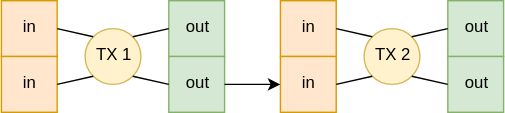
This is ZeroPool5.svg from snjax/drawio, a draw.io export, as it was before one commit. Source tidied: cells renumbered, new cells last; positions are measured from the earlier drawing's top-left corner, leaving out a move shared by most shapes. The source it was exported from:
```xml
<mxGraphModel>
  <root>
    <mxCell id="0" />
    <mxCell id="1" parent="0" />
    <mxCell id="2" value="in" style="rounded=0;whiteSpace=wrap;html=1;fillColor=#ffe6cc;strokeColor=#d79b00;" parent="1" vertex="1">
      <mxGeometry width="40" height="40" as="geometry" />
    </mxCell>
    <mxCell id="3" value="in" style="rounded=0;whiteSpace=wrap;html=1;fillColor=#ffe6cc;strokeColor=#d79b00;" parent="1" vertex="1">
      <mxGeometry y="40" width="40" height="40" as="geometry" />
    </mxCell>
    <mxCell id="4" value="out" style="rounded=0;whiteSpace=wrap;html=1;fillColor=#d5e8d4;strokeColor=#82b366;" parent="1" vertex="1">
      <mxGeometry x="120" width="40" height="40" as="geometry" />
    </mxCell>
    <mxCell id="5" value="out" style="rounded=0;whiteSpace=wrap;html=1;fillColor=#d5e8d4;strokeColor=#82b366;" parent="1" vertex="1">
      <mxGeometry x="120" y="40" width="40" height="40" as="geometry" />
    </mxCell>
    <mxCell id="6" value="TX 1" style="ellipse;whiteSpace=wrap;html=1;fillColor=#fff2cc;strokeColor=#d6b656;" parent="1" vertex="1">
      <mxGeometry x="60" y="20" width="40" height="40" as="geometry" />
    </mxCell>
    <mxCell id="7" style="endArrow=none;html=1;exitX=1;exitY=0.5;exitDx=0;exitDy=0;entryX=0;entryY=0;entryDx=0;entryDy=0;" parent="1" edge="1" source="2" target="6">
      <mxGeometry relative="1" as="geometry" />
    </mxCell>
    <mxCell id="8" style="endArrow=none;html=1;exitX=1;exitY=0.5;exitDx=0;exitDy=0;entryX=0;entryY=1;entryDx=0;entryDy=0;" parent="1" edge="1" source="3" target="6">
      <mxGeometry relative="1" as="geometry" />
    </mxCell>
    <mxCell id="9" style="endArrow=none;html=1;exitX=1;exitY=1;exitDx=0;exitDy=0;entryX=0;entryY=0.5;entryDx=0;entryDy=0;" parent="1" edge="1" source="6" target="5">
      <mxGeometry relative="1" as="geometry" />
    </mxCell>
    <mxCell id="10" style="endArrow=none;html=1;exitX=1;exitY=0;exitDx=0;exitDy=0;entryX=0;entryY=0.5;entryDx=0;entryDy=0;" parent="1" edge="1" source="6" target="4">
      <mxGeometry relative="1" as="geometry" />
    </mxCell>
    <mxCell id="11" value="in" style="rounded=0;whiteSpace=wrap;html=1;fillColor=#ffe6cc;strokeColor=#d79b00;" parent="1" vertex="1">
      <mxGeometry x="200" width="40" height="40" as="geometry" />
    </mxCell>
    <mxCell id="12" value="in" style="rounded=0;whiteSpace=wrap;html=1;fillColor=#ffe6cc;strokeColor=#d79b00;" parent="1" vertex="1">
      <mxGeometry x="200" y="40" width="40" height="40" as="geometry" />
    </mxCell>
    <mxCell id="13" value="out" style="rounded=0;whiteSpace=wrap;html=1;fillColor=#d5e8d4;strokeColor=#82b366;" parent="1" vertex="1">
      <mxGeometry x="320" width="40" height="40" as="geometry" />
    </mxCell>
    <mxCell id="14" value="out" style="rounded=0;whiteSpace=wrap;html=1;fillColor=#d5e8d4;strokeColor=#82b366;" parent="1" vertex="1">
      <mxGeometry x="320" y="40" width="40" height="40" as="geometry" />
    </mxCell>
    <mxCell id="15" value="TX 2" style="ellipse;whiteSpace=wrap;html=1;fillColor=#fff2cc;strokeColor=#d6b656;" parent="1" vertex="1">
      <mxGeometry x="260" y="20" width="40" height="40" as="geometry" />
    </mxCell>
    <mxCell id="16" style="endArrow=none;html=1;exitX=1;exitY=0.5;exitDx=0;exitDy=0;entryX=0;entryY=0;entryDx=0;entryDy=0;" parent="1" edge="1" source="11" target="15">
      <mxGeometry relative="1" as="geometry" />
    </mxCell>
    <mxCell id="17" style="endArrow=none;html=1;exitX=1;exitY=0.5;exitDx=0;exitDy=0;entryX=0;entryY=1;entryDx=0;entryDy=0;" parent="1" edge="1" source="12" target="15">
      <mxGeometry relative="1" as="geometry" />
    </mxCell>
    <mxCell id="18" style="endArrow=none;html=1;exitX=1;exitY=1;exitDx=0;exitDy=0;entryX=0;entryY=0.5;entryDx=0;entryDy=0;" parent="1" edge="1" source="15" target="14">
      <mxGeometry relative="1" as="geometry" />
    </mxCell>
    <mxCell id="19" style="endArrow=none;html=1;exitX=1;exitY=0;exitDx=0;exitDy=0;entryX=0;entryY=0.5;entryDx=0;entryDy=0;" parent="1" edge="1" source="15" target="13">
      <mxGeometry relative="1" as="geometry" />
    </mxCell>
    <mxCell id="20" style="endArrow=classic;html=1;exitX=1;exitY=0.5;exitDx=0;exitDy=0;entryX=0;entryY=0.5;entryDx=0;entryDy=0;" parent="1" edge="1" source="5" target="12">
      <mxGeometry relative="1" as="geometry" />
    </mxCell>
  </root>
</mxGraphModel>
```
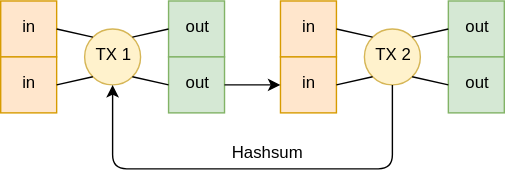
The same diagram one commit later.

Diff of the diagram source:
```diff
@@ -59,5 +59,16 @@
     <mxCell id="20" style="endArrow=classic;html=1;exitX=1;exitY=0.5;exitDx=0;exitDy=0;entryX=0;entryY=0.5;entryDx=0;entryDy=0;" parent="1" edge="1" source="5" target="12">
       <mxGeometry relative="1" as="geometry" />
     </mxCell>
+    <mxCell id="21" style="endArrow=classic;html=1;exitX=0.5;exitY=1;exitDx=0;exitDy=0;entryX=0.5;entryY=1;entryDx=0;entryDy=0;" parent="1" edge="1" source="15" target="6">
+      <mxGeometry relative="1" as="geometry">
+        <Array as="points">
+          <mxPoint x="280" y="120" />
+          <mxPoint x="80" y="120" />
+        </Array>
+      </mxGeometry>
+    </mxCell>
+    <mxCell id="22" value="Hashsum" style="text;html=1;strokeColor=none;fillColor=none;align=center;verticalAlign=middle;whiteSpace=wrap;rounded=0;" parent="1" vertex="1">
+      <mxGeometry x="160" y="100" width="60" height="20" as="geometry" />
+    </mxCell>
   </root>
 </mxGraphModel>
```
